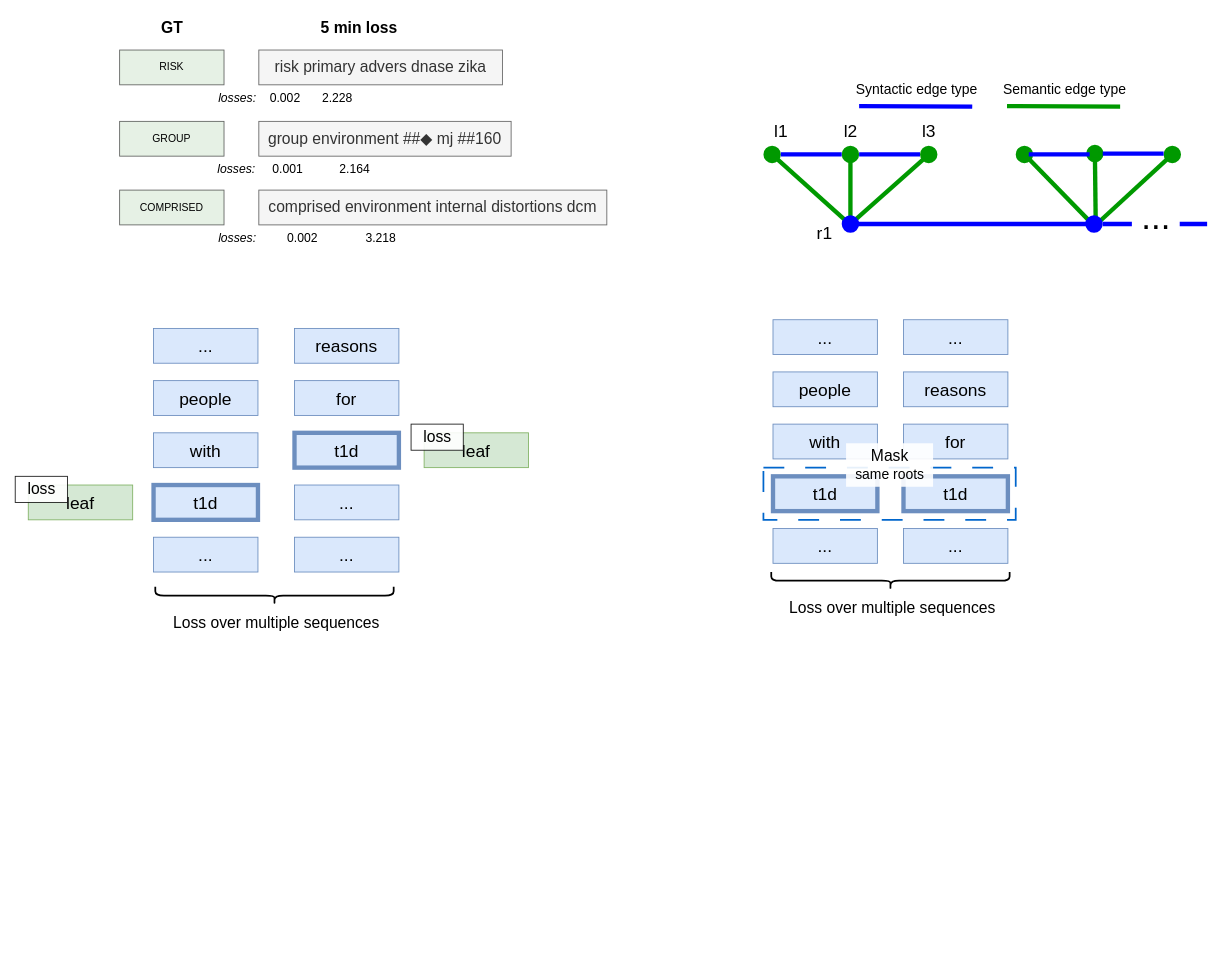
Before: page "Page-2" (2 of 2) of presentations/Untitled Diagram.drawio in across-stars/draw.io, a draw.io diagram. Source tidied: cells renumbered, new cells numbered last; positions are measured from the earlier drawing's top-left corner, leaving out a move shared by most shapes. Both pictures are drawn from the tidied source at 87%, with x=0, y=0 at pixel (15, 15).
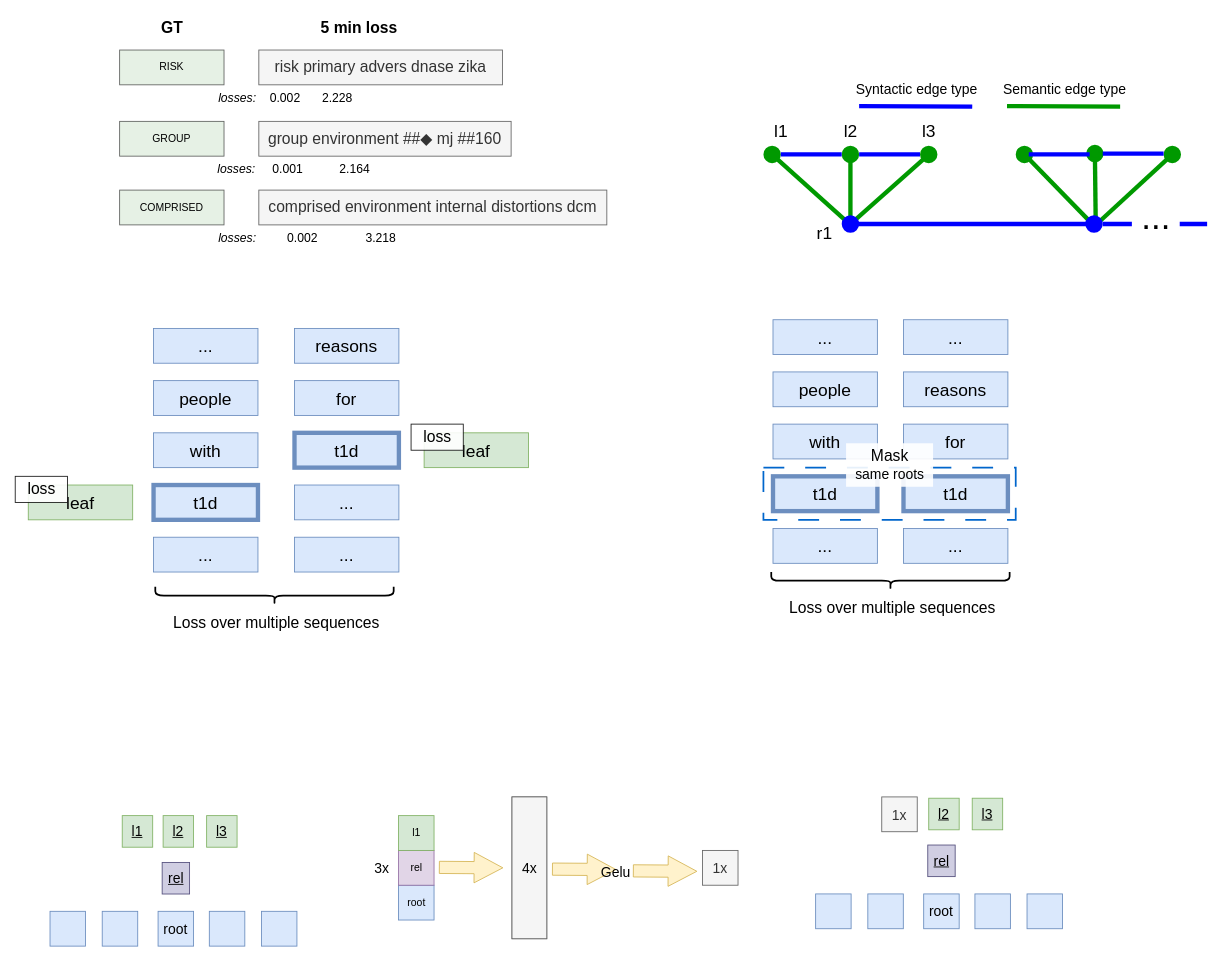
The same diagram, later.

What changed in the source:
```diff
@@
+    <mxCell id="70" value="&lt;font style=&quot;font-size: 16px;&quot;&gt;rel&lt;/font&gt;" style="rounded=0;whiteSpace=wrap;html=1;rotation=0;fillColor=#d0cee2;strokeColor=#56517e;fontStyle=4;" parent="1" vertex="1">
+      <mxGeometry x="168.9" y="973.8" width="31.5" height="36.3" as="geometry" />
+    </mxCell>
+    <mxCell id="71" value="&lt;font style=&quot;font-size: 16px;&quot;&gt;l1&lt;/font&gt;" style="rounded=0;whiteSpace=wrap;html=1;rotation=0;fillColor=#d5e8d4;strokeColor=#82b366;fontStyle=4;" parent="1" vertex="1">
+      <mxGeometry x="123" y="920" width="35" height="36.3" as="geometry" />
+    </mxCell>
+    <mxCell id="72" value="&lt;font style=&quot;font-size: 16px;&quot;&gt;l2&lt;/font&gt;" style="rounded=0;whiteSpace=wrap;html=1;rotation=0;fillColor=#d5e8d4;strokeColor=#82b366;fontStyle=4;" parent="1" vertex="1">
+      <mxGeometry x="170" y="920" width="35" height="36.3" as="geometry" />
+    </mxCell>
+    <mxCell id="73" value="&lt;font style=&quot;font-size: 16px;&quot;&gt;l3&lt;/font&gt;" style="rounded=0;whiteSpace=wrap;html=1;rotation=0;fillColor=#d5e8d4;strokeColor=#82b366;fontStyle=4;" parent="1" vertex="1">
+      <mxGeometry x="220" y="920" width="35" height="36.3" as="geometry" />
+    </mxCell>
+    <mxCell id="74" value="&lt;font style=&quot;font-size: 16px;&quot;&gt;root&lt;/font&gt;" style="rounded=0;whiteSpace=wrap;html=1;fillColor=#dae8fc;strokeColor=#6c8ebf;" parent="1" vertex="1">
+      <mxGeometry x="164.2" y="1030" width="40.8" height="40" as="geometry" />
+    </mxCell>
+    <mxCell id="75" style="rounded=0;whiteSpace=wrap;html=1;fillColor=#dae8fc;strokeColor=#6c8ebf;" parent="1" vertex="1">
+      <mxGeometry x="223.1" y="1030" width="40.8" height="40" as="geometry" />
+    </mxCell>
+    <mxCell id="76" style="rounded=0;whiteSpace=wrap;html=1;fillColor=#dae8fc;strokeColor=#6c8ebf;" parent="1" vertex="1">
+      <mxGeometry x="283" y="1030" width="40.8" height="40" as="geometry" />
+    </mxCell>
+    <mxCell id="77" style="rounded=0;whiteSpace=wrap;html=1;fillColor=#dae8fc;strokeColor=#6c8ebf;" parent="1" vertex="1">
+      <mxGeometry x="100" y="1030" width="40.8" height="40" as="geometry" />
+    </mxCell>
+    <mxCell id="78" style="rounded=0;whiteSpace=wrap;html=1;fillColor=#dae8fc;strokeColor=#6c8ebf;" parent="1" vertex="1">
+      <mxGeometry x="40" y="1030" width="40.8" height="40" as="geometry" />
+    </mxCell>
+    <mxCell id="79" value="root" style="rounded=0;whiteSpace=wrap;html=1;fillColor=#dae8fc;strokeColor=#6c8ebf;" parent="1" vertex="1">
+      <mxGeometry x="440.6" y="1000" width="40.8" height="40" as="geometry" />
+    </mxCell>
+    <mxCell id="80" value="rel" style="rounded=0;whiteSpace=wrap;html=1;fillColor=#e1d5e7;strokeColor=#9673a6;" parent="1" vertex="1">
+      <mxGeometry x="440.6" y="960" width="40.8" height="40" as="geometry" />
+    </mxCell>
+    <mxCell id="81" value="l1" style="rounded=0;whiteSpace=wrap;html=1;fillColor=#d5e8d4;strokeColor=#82b366;" parent="1" vertex="1">
+      <mxGeometry x="440.6" y="920" width="40.8" height="40" as="geometry" />
+    </mxCell>
+    <mxCell id="82" style="shape=flexArrow;endArrow=classic;html=1;rounded=0;width=14;endSize=10.68;fillColor=#fff2cc;strokeColor=#d6b656;" parent="1" edge="1">
+      <mxGeometry relative="1" as="geometry">
+        <mxPoint x="487" y="979.5" as="sourcePoint" />
+        <mxPoint x="561" y="980" as="targetPoint" />
+        <Array as="points">
+          <mxPoint x="487" y="979.5" />
+        </Array>
+      </mxGeometry>
+    </mxCell>
+    <mxCell id="83" value="&lt;font style=&quot;font-size: 16px;&quot;&gt;3x&lt;/font&gt;" style="text;html=1;align=center;verticalAlign=middle;strokeColor=none;fillColor=none;" parent="1" vertex="1">
+      <mxGeometry x="401" y="965" width="40" height="30" as="geometry" />
+    </mxCell>
+    <mxCell id="84" style="shape=flexArrow;endArrow=classic;html=1;rounded=0;width=14;endSize=10.68;fillColor=#fff2cc;strokeColor=#d6b656;" parent="1" edge="1">
+      <mxGeometry relative="1" as="geometry">
+        <mxPoint x="617" y="981.5" as="sourcePoint" />
+        <mxPoint x="691" y="982" as="targetPoint" />
+        <Array as="points">
+          <mxPoint x="617" y="981.5" />
+        </Array>
+      </mxGeometry>
+    </mxCell>
+    <mxCell id="85" style="group;fillColor=#f5f5f5;fontColor=#333333;strokeColor=#666666;" parent="1" vertex="1">
+      <mxGeometry x="571" y="898.5" width="40" height="163" as="geometry" />
+    </mxCell>
+    <mxCell id="86" style="rounded=0;whiteSpace=wrap;html=1;rotation=-90;fillColor=#f5f5f5;fontColor=#333333;strokeColor=#666666;" parent="85" vertex="1">
+      <mxGeometry x="-61.5" y="61.5" width="163" height="40" as="geometry" />
+    </mxCell>
+    <mxCell id="87" value="&lt;font style=&quot;font-size: 16px;&quot;&gt;4x&lt;/font&gt;" style="text;html=1;align=center;verticalAlign=middle;strokeColor=none;fillColor=none;" parent="85" vertex="1">
+      <mxGeometry y="66.5" width="40" height="30" as="geometry" />
+    </mxCell>
+    <mxCell id="88" style="shape=flexArrow;endArrow=classic;html=1;rounded=0;width=14;endSize=10.68;fillColor=#fff2cc;strokeColor=#d6b656;" parent="1" edge="1">
+      <mxGeometry relative="1" as="geometry">
+        <mxPoint x="710" y="983.5" as="sourcePoint" />
+        <mxPoint x="784" y="984" as="targetPoint" />
+        <Array as="points">
+          <mxPoint x="710" y="983.5" />
+        </Array>
+      </mxGeometry>
+    </mxCell>
+    <mxCell id="89" value="&lt;font style=&quot;font-size: 16px;&quot;&gt;Gelu&lt;/font&gt;" style="text;html=1;align=center;verticalAlign=middle;strokeColor=none;fillColor=none;" parent="1" vertex="1">
+      <mxGeometry x="660" y="970" width="60" height="30" as="geometry" />
+    </mxCell>
+    <mxCell id="90" value="&lt;font style=&quot;font-size: 16px;&quot;&gt;1x&lt;/font&gt;" style="rounded=0;whiteSpace=wrap;html=1;fillColor=#f5f5f5;strokeColor=#666666;fontColor=#333333;" parent="1" vertex="1">
+      <mxGeometry x="790" y="960" width="40.8" height="40" as="geometry" />
+    </mxCell>
+    <mxCell id="91" value="&lt;font style=&quot;font-size: 16px;&quot;&gt;rel&lt;/font&gt;" style="rounded=0;whiteSpace=wrap;html=1;rotation=0;fillColor=#d0cee2;strokeColor=#56517e;fontStyle=4;" parent="1" vertex="1">
+      <mxGeometry x="1048.9" y="953.8" width="31.5" height="36.3" as="geometry" />
+    </mxCell>
+    <mxCell id="92" value="&lt;font style=&quot;font-size: 16px;&quot;&gt;l2&lt;/font&gt;" style="rounded=0;whiteSpace=wrap;html=1;rotation=0;fillColor=#d5e8d4;strokeColor=#82b366;fontStyle=4;" parent="1" vertex="1">
+      <mxGeometry x="1050" y="900" width="35" height="36.3" as="geometry" />
+    </mxCell>
+    <mxCell id="93" value="&lt;font style=&quot;font-size: 16px;&quot;&gt;l3&lt;/font&gt;" style="rounded=0;whiteSpace=wrap;html=1;rotation=0;fillColor=#d5e8d4;strokeColor=#82b366;fontStyle=4;" parent="1" vertex="1">
+      <mxGeometry x="1100" y="900" width="35" height="36.3" as="geometry" />
+    </mxCell>
+    <mxCell id="94" value="&lt;font style=&quot;font-size: 16px;&quot;&gt;root&lt;/font&gt;" style="rounded=0;whiteSpace=wrap;html=1;fillColor=#dae8fc;strokeColor=#6c8ebf;" parent="1" vertex="1">
+      <mxGeometry x="1044.2" y="1010" width="40.8" height="40" as="geometry" />
+    </mxCell>
+    <mxCell id="95" style="rounded=0;whiteSpace=wrap;html=1;fillColor=#dae8fc;strokeColor=#6c8ebf;" parent="1" vertex="1">
+      <mxGeometry x="1103.1" y="1010" width="40.8" height="40" as="geometry" />
+    </mxCell>
+    <mxCell id="96" style="rounded=0;whiteSpace=wrap;html=1;fillColor=#dae8fc;strokeColor=#6c8ebf;" parent="1" vertex="1">
+      <mxGeometry x="1163" y="1010" width="40.8" height="40" as="geometry" />
+    </mxCell>
+    <mxCell id="97" style="rounded=0;whiteSpace=wrap;html=1;fillColor=#dae8fc;strokeColor=#6c8ebf;" parent="1" vertex="1">
+      <mxGeometry x="980" y="1010" width="40.8" height="40" as="geometry" />
+    </mxCell>
+    <mxCell id="98" style="rounded=0;whiteSpace=wrap;html=1;fillColor=#dae8fc;strokeColor=#6c8ebf;" parent="1" vertex="1">
+      <mxGeometry x="920" y="1010" width="40.8" height="40" as="geometry" />
+    </mxCell>
+    <mxCell id="99" value="&lt;font style=&quot;font-size: 16px;&quot;&gt;1x&lt;/font&gt;" style="rounded=0;whiteSpace=wrap;html=1;fillColor=#f5f5f5;strokeColor=#666666;fontColor=#333333;" parent="1" vertex="1">
+      <mxGeometry x="996" y="898.5" width="40.8" height="40" as="geometry" />
+    </mxCell>
```
